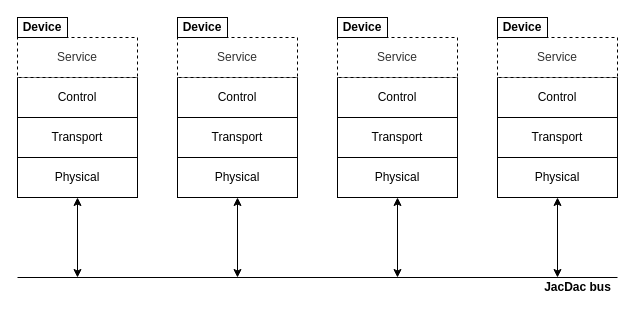
Earlier version of the draw.io diagram spec/images/jacdac-stack.drawio (microsoft/jacdac). Source tidied: cells renumbered, new cells numbered last; positions are measured from the earlier drawing's top-left corner, leaving out a move shared by most shapes. Both pictures are drawn from the tidied source at 100%, with x=0, y=0 at pixel (17, 17).
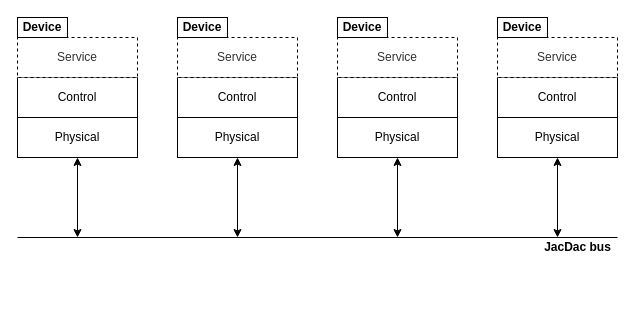
After the change.

Commit message (it also covers changes not shown here):
remove transport from jacdac-stack image

Diff of the diagram source:
```diff
@@
     <mxCell id="2" value="Physical" style="rounded=0;whiteSpace=wrap;html=1;" parent="1" vertex="1">
-      <mxGeometry y="140" width="120" height="40" as="geometry" />
+      <mxGeometry y="100" width="120" height="40" as="geometry" />
     </mxCell>
-    <mxCell id="3" value="Transport" style="rounded=0;whiteSpace=wrap;html=1;" parent="1" vertex="1">
-      <mxGeometry y="100" width="120" height="40" as="geometry" />
-    </mxCell>
@@
     <mxCell id="6" style="endArrow=classic;startArrow=classic;html=1;entryX=0.5;entryY=1;entryDx=0;entryDy=0;" parent="1" edge="1" target="2">
       <mxGeometry relative="1" as="geometry">
-        <mxPoint x="60" y="260" as="sourcePoint" />
+        <mxPoint x="60" y="220" as="sourcePoint" />
       </mxGeometry>
     </mxCell>
     <mxCell id="7" style="endArrow=none;html=1;" parent="1" edge="1">
       <mxGeometry relative="1" as="geometry">
-        <mxPoint y="260" as="sourcePoint" />
-        <mxPoint x="600" y="260" as="targetPoint" />
+        <mxPoint y="220" as="sourcePoint" />
+        <mxPoint x="600" y="220" as="targetPoint" />
       </mxGeometry>
     </mxCell>
     <mxCell id="8" value="Physical" style="rounded=0;whiteSpace=wrap;html=1;" parent="1" vertex="1">
-      <mxGeometry x="160" y="140" width="120" height="40" as="geometry" />
+      <mxGeometry x="160" y="100" width="120" height="40" as="geometry" />
     </mxCell>
-    <mxCell id="9" value="Transport" style="rounded=0;whiteSpace=wrap;html=1;" parent="1" vertex="1">
-      <mxGeometry x="160" y="100" width="120" height="40" as="geometry" />
-    </mxCell>
@@
     <mxCell id="12" style="endArrow=classic;startArrow=classic;html=1;entryX=0.5;entryY=1;entryDx=0;entryDy=0;" parent="1" edge="1" target="8">
       <mxGeometry relative="1" as="geometry">
-        <mxPoint x="220" y="260" as="sourcePoint" />
+        <mxPoint x="220" y="220" as="sourcePoint" />
       </mxGeometry>
     </mxCell>
     <mxCell id="13" value="Physical" style="rounded=0;whiteSpace=wrap;html=1;" parent="1" vertex="1">
-      <mxGeometry x="320" y="140" width="120" height="40" as="geometry" />
+      <mxGeometry x="320" y="100" width="120" height="40" as="geometry" />
     </mxCell>
-    <mxCell id="14" value="Transport" style="rounded=0;whiteSpace=wrap;html=1;" parent="1" vertex="1">
-      <mxGeometry x="320" y="100" width="120" height="40" as="geometry" />
-    </mxCell>
@@
     <mxCell id="17" style="endArrow=classic;startArrow=classic;html=1;entryX=0.5;entryY=1;entryDx=0;entryDy=0;" parent="1" edge="1" target="13">
       <mxGeometry relative="1" as="geometry">
-        <mxPoint x="380" y="260" as="sourcePoint" />
+        <mxPoint x="380" y="220" as="sourcePoint" />
       </mxGeometry>
     </mxCell>
     <mxCell id="18" value="Physical" style="rounded=0;whiteSpace=wrap;html=1;" parent="1" vertex="1">
-      <mxGeometry x="480" y="140" width="120" height="40" as="geometry" />
+      <mxGeometry x="480" y="100" width="120" height="40" as="geometry" />
     </mxCell>
-    <mxCell id="19" value="Transport" style="rounded=0;whiteSpace=wrap;html=1;" parent="1" vertex="1">
-      <mxGeometry x="480" y="100" width="120" height="40" as="geometry" />
-    </mxCell>
@@
     <mxCell id="22" style="endArrow=classic;startArrow=classic;html=1;entryX=0.5;entryY=1;entryDx=0;entryDy=0;" parent="1" edge="1" target="18">
       <mxGeometry relative="1" as="geometry">
-        <mxPoint x="540" y="260" as="sourcePoint" />
+        <mxPoint x="540" y="220" as="sourcePoint" />
       </mxGeometry>
     </mxCell>
     <mxCell id="23" value="&lt;b&gt;JacDac bus&lt;/b&gt;" style="text;html=1;align=center;verticalAlign=middle;" parent="1" vertex="1">
-      <mxGeometry x="520" y="260" width="80" height="20" as="geometry" />
+      <mxGeometry x="520" y="220" width="80" height="20" as="geometry" />
     </mxCell>
```
